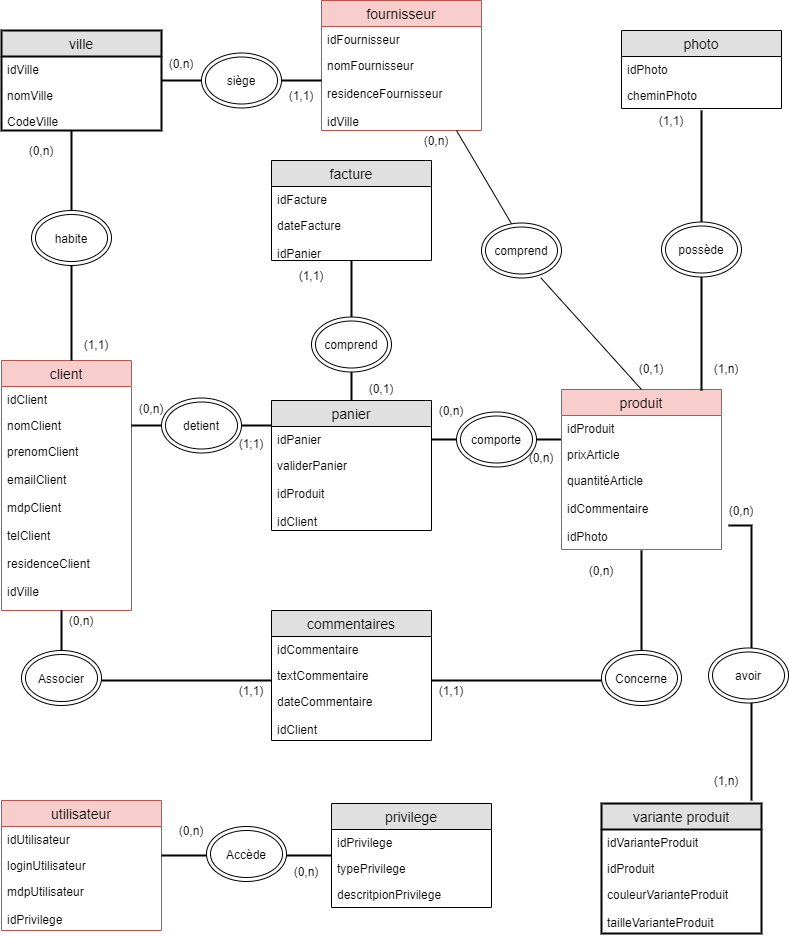
The draw.io diagram MCD/Exercice2.png in Vashthestupid/Groupe_6, before a commit. Source tidied: cells renumbered, new cells last; positions are measured from the earlier drawing's top-left corner, leaving out a move shared by most shapes.
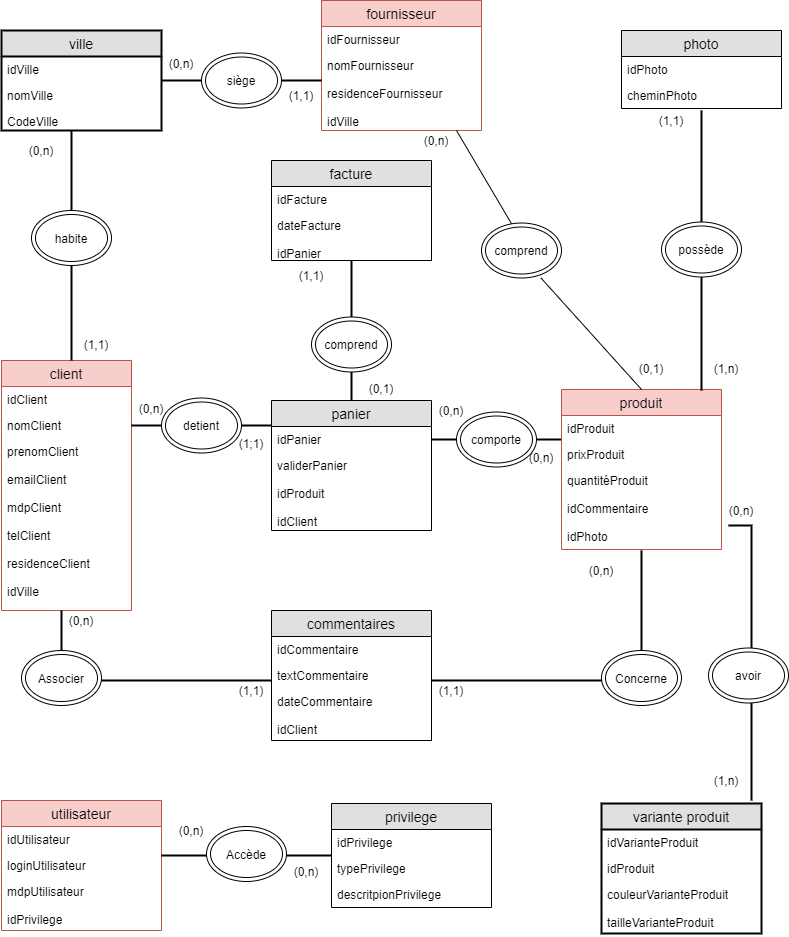
The same diagram one commit later.

Commit message:
Modification des fichiers Exercice2.drawio et Exercice2.png

Change to the diagram source:
```diff
@@ -64,10 +64,10 @@
     <mxCell id="21" value="idProduit" style="text;strokeColor=none;fillColor=none;spacingLeft=4;spacingRight=4;overflow=hidden;fontSize=12;" parent="20" vertex="1">
       <mxGeometry y="26" width="160" height="26" as="geometry" />
     </mxCell>
-    <mxCell id="22" value="prixArticle" style="text;strokeColor=none;fillColor=none;spacingLeft=4;spacingRight=4;overflow=hidden;fontSize=12;" parent="20" vertex="1">
+    <mxCell id="22" value="prixProduit" style="text;strokeColor=none;fillColor=none;spacingLeft=4;spacingRight=4;overflow=hidden;fontSize=12;" parent="20" vertex="1">
       <mxGeometry y="52" width="160" height="26" as="geometry" />
     </mxCell>
-    <mxCell id="23" value="quantitéArticle&#10;&#10;idCommentaire&#10;&#10;idPhoto" style="text;strokeColor=none;fillColor=none;spacingLeft=4;spacingRight=4;overflow=hidden;fontSize=12;" parent="20" vertex="1">
+    <mxCell id="23" value="quantitéProduit&#10;&#10;idCommentaire&#10;&#10;idPhoto" style="text;strokeColor=none;fillColor=none;spacingLeft=4;spacingRight=4;overflow=hidden;fontSize=12;" parent="20" vertex="1">
       <mxGeometry y="78" width="160" height="82" as="geometry" />
     </mxCell>
     <mxCell id="24" value="(0,n)&lt;span style=&quot;color: rgba(0 , 0 , 0 , 0) ; font-family: monospace ; font-size: 0px ; white-space: nowrap&quot;&gt;3CmxGraphModel%3E%3Croot%3E%3CmxCell%20id%3D%220%22%2F%3E%3CmxCell%20id%3D%221%22%20parent%3D%220%22%2F%3E%3CmxCell%20id%3D%222%22%20value%3D%22comprend%22%20style%3D%22ellipse%3Bshape%3DdoubleEllipse%3BwhiteSpace%3Dwrap%3Bhtml%3D1%3B%22%20vertex%3D%221%22%20parent%3D%221%22%3E%3CmxGeometry%20x%3D%22350%22%20y%3D%22316.5%22%20width%3D%2280%22%20height%3D%2255%22%20as%3D%22geometry%22%2F%3E%3C%2FmxCell%3E%3C%2Froot%3E%3C%2FmxGraphModel%3E)&lt;/span&gt;" style="text;html=1;strokeColor=none;fillColor=none;align=center;verticalAlign=middle;whiteSpace=wrap;rounded=0;" parent="1" vertex="1">
```
